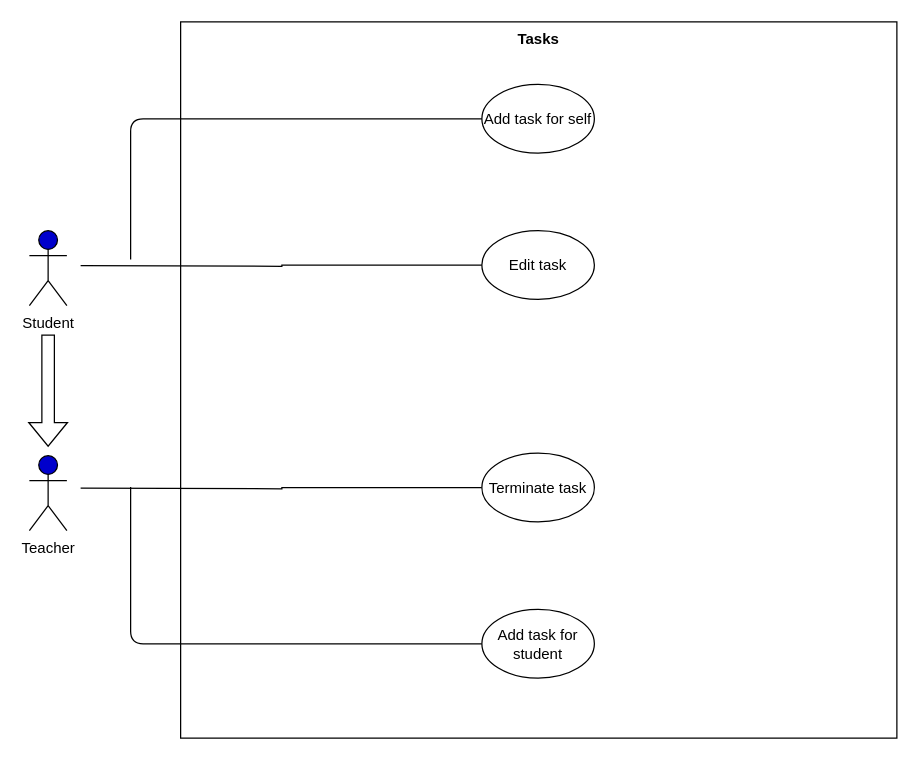
This is page "Tasks" (4 of 5) of Untitled Diagram.drawio from AbdellaouiSofiane/book_scraper, a draw.io file, before an edit. Source tidied: cells renumbered, new cells numbered last; positions are measured from the earlier drawing's top-left corner, leaving out a move shared by most shapes. Both pictures are drawn from the tidied source at 125%, with x=0, y=0 at pixel (29, 21).
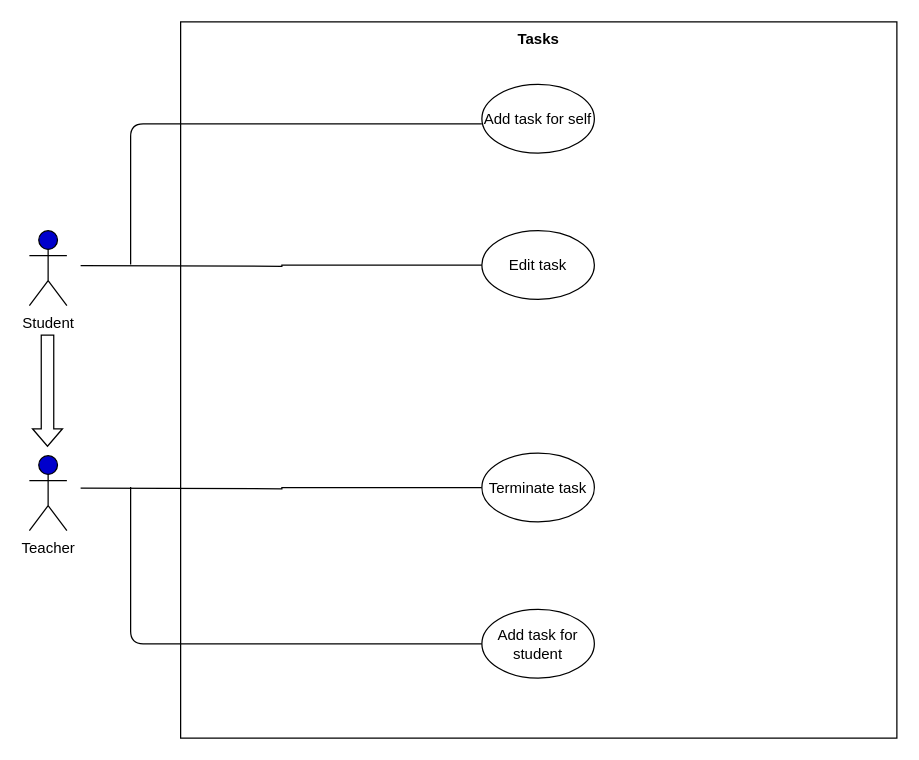
The same diagram, later.

Change to the diagram source:
```diff
@@
 <mxGraphModel>
   <root>
     <mxCell id="0" />
     <mxCell id="1" parent="0" />
     <mxCell id="2" value="&lt;b&gt;Tasks&lt;/b&gt;" style="whiteSpace=wrap;html=1;verticalAlign=top;" parent="1" vertex="1">
       <mxGeometry x="121" width="573" height="573" as="geometry" />
     </mxCell>
-    <mxCell id="3" style="rounded=0;orthogonalLoop=1;jettySize=auto;html=1;startArrow=none;startFill=0;endArrow=block;endFill=0;shape=flexArrow;" parent="1" edge="1">
+    <mxCell id="3" style="rounded=0;orthogonalLoop=1;jettySize=auto;html=1;startArrow=none;startFill=0;endArrow=block;endFill=0;shape=flexArrow;endWidth=13;endSize=4.33;startSize=1;" parent="1" edge="1">
       <mxGeometry relative="1" as="geometry">
-        <mxPoint x="15" y="250" as="sourcePoint" />
-        <mxPoint x="15" y="340" as="targetPoint" />
+        <mxPoint x="14.5" y="250" as="sourcePoint" />
+        <mxPoint x="14.5" y="340" as="targetPoint" />
       </mxGeometry>
     </mxCell>
     <mxCell id="4" value="Student" style="shape=umlActor;verticalLabelPosition=bottom;verticalAlign=top;html=1;fillColor=#0000CC;" parent="1" vertex="1">
       <mxGeometry y="167" width="30" height="60" as="geometry" />
     </mxCell>
     <mxCell id="5" value="Teacher" style="shape=umlActor;verticalLabelPosition=bottom;verticalAlign=top;html=1;labelPadding=0;fillColor=#0000CC;" parent="1" vertex="1">
       <mxGeometry y="347" width="30" height="60" as="geometry" />
     </mxCell>
     <mxCell id="6" style="endArrow=none;html=1;entryX=0;entryY=0.5;entryDx=0;entryDy=0;edgeStyle=orthogonalEdgeStyle;" parent="1" edge="1" target="8">
       <mxGeometry relative="1" as="geometry">
         <mxPoint x="81" y="372" as="sourcePoint" />
         <Array as="points">
           <mxPoint x="81" y="498" />
         </Array>
       </mxGeometry>
     </mxCell>
     <mxCell id="7" value="Add task for self" style="ellipse;whiteSpace=wrap;html=1;" parent="1" vertex="1">
       <mxGeometry x="362" y="50" width="90" height="55" as="geometry" />
     </mxCell>
     <mxCell id="8" value="Add task for student" style="ellipse;whiteSpace=wrap;html=1;" parent="1" vertex="1">
       <mxGeometry x="362" y="470" width="90" height="55" as="geometry" />
     </mxCell>
     <mxCell id="9" style="edgeStyle=orthogonalEdgeStyle;rounded=0;jettySize=auto;html=1;exitX=0;exitY=0.5;exitDx=0;exitDy=0;startArrow=none;startFill=0;endArrow=none;endFill=0;" parent="1" edge="1" source="12">
       <mxGeometry relative="1" as="geometry">
         <mxPoint x="41" y="373" as="targetPoint" />
       </mxGeometry>
     </mxCell>
     <mxCell id="10" style="edgeStyle=orthogonalEdgeStyle;rounded=0;jettySize=auto;html=1;exitX=0;exitY=0.5;exitDx=0;exitDy=0;startArrow=none;startFill=0;endArrow=none;endFill=0;" parent="1" edge="1" source="11">
       <mxGeometry relative="1" as="geometry">
         <mxPoint x="41" y="195" as="targetPoint" />
       </mxGeometry>
     </mxCell>
     <mxCell id="11" value="Edit task" style="ellipse;whiteSpace=wrap;html=1;" parent="1" vertex="1">
       <mxGeometry x="362" y="167" width="90" height="55" as="geometry" />
     </mxCell>
     <mxCell id="12" value="Terminate task" style="ellipse;whiteSpace=wrap;html=1;" parent="1" vertex="1">
       <mxGeometry x="362" y="345" width="90" height="55" as="geometry" />
     </mxCell>
-    <mxCell id="13" style="endArrow=none;html=1;entryX=0;entryY=0.5;entryDx=0;entryDy=0;edgeStyle=orthogonalEdgeStyle;" parent="1" edge="1" target="7">
+    <mxCell id="13" style="endArrow=none;html=1;entryX=0;entryY=0.5;entryDx=0;entryDy=0;edgeStyle=orthogonalEdgeStyle;" parent="1" edge="1">
       <mxGeometry relative="1" as="geometry">
-        <mxPoint x="81" y="190" as="sourcePoint" />
+        <mxPoint x="81" y="194" as="sourcePoint" />
+        <mxPoint x="362" y="81.5" as="targetPoint" />
         <Array as="points">
-          <mxPoint x="81" y="78" />
+          <mxPoint x="81" y="82" />
         </Array>
       </mxGeometry>
     </mxCell>
   </root>
 </mxGraphModel>
```
